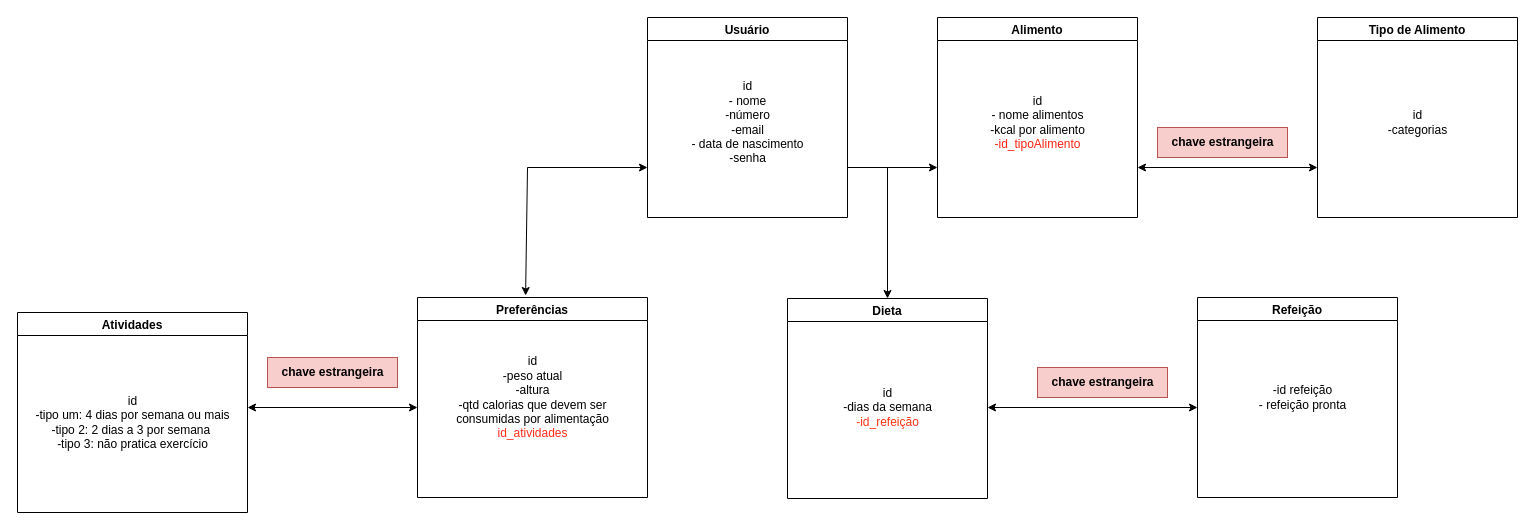
Earlier version of the draw.io diagram Documentacao/Diagrama Banco de Dados.drawio (FelipeRoriz0/MakeYourdiet). Source tidied: cells renumbered, new cells numbered last; positions are measured from the earlier drawing's top-left corner, leaving out a move shared by most shapes. Both pictures are drawn from the tidied source at 100%, with x=0, y=0 at pixel (17, 17).
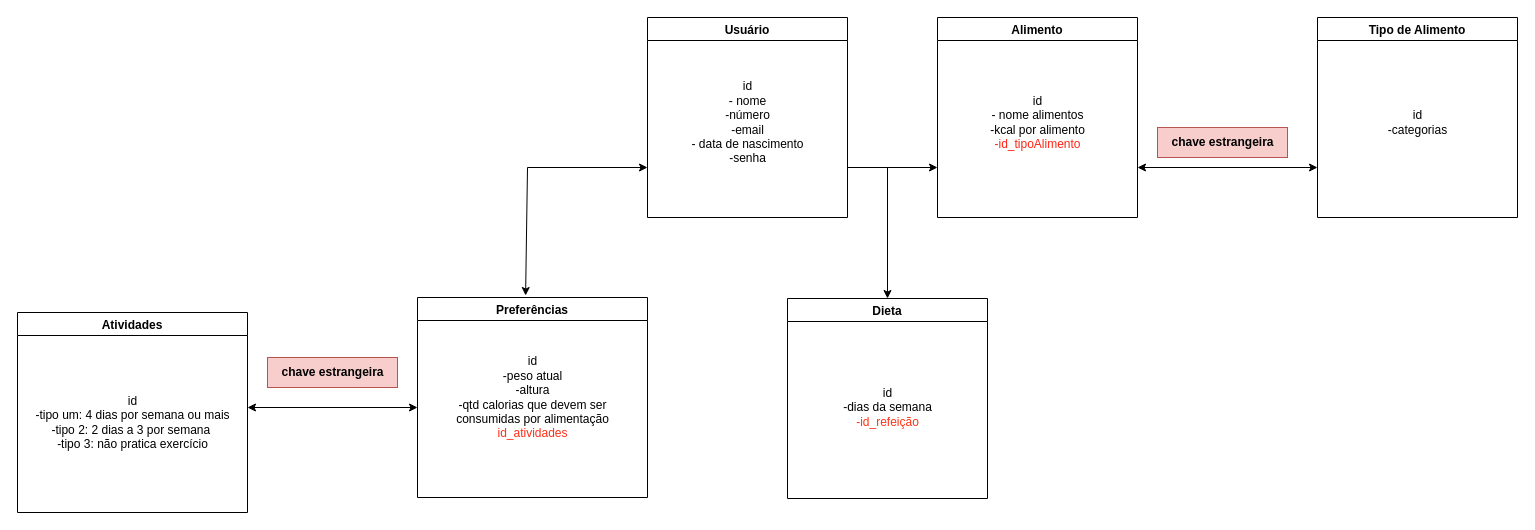
Above is the later version.

Commit message:
Atualização do Diagrama de BD

Diff of the diagram source:
```diff
@@
-    <mxCell id="17" value="Refeição" style="swimlane;" parent="1" vertex="1">
-      <mxGeometry x="1180" y="280" width="200" height="200" as="geometry" />
-    </mxCell>
-    <mxCell id="18" value="-id refeição&lt;br&gt;- refeição pronta" style="text;html=1;align=center;verticalAlign=middle;strokeColor=none;fillColor=none;rotation=0;" parent="17" vertex="1">
-      <mxGeometry x="50" y="80" width="110" height="40" as="geometry" />
-    </mxCell>
-    <mxCell id="19" value="chave estrangeira" style="text;html=1;align=center;verticalAlign=middle;strokeColor=#b85450;fillColor=#f8cecc;fontStyle=1;" parent="1" vertex="1">
-      <mxGeometry x="1020" y="350" width="130" height="30" as="geometry" />
-    </mxCell>
-    <mxCell id="20" style="endArrow=classic;startArrow=classic;html=1;rounded=0;" parent="1" edge="1">
-      <mxGeometry relative="1" as="geometry">
-        <mxPoint x="970" y="390" as="sourcePoint" />
-        <mxPoint x="1180" y="390" as="targetPoint" />
-      </mxGeometry>
-    </mxCell>
```
